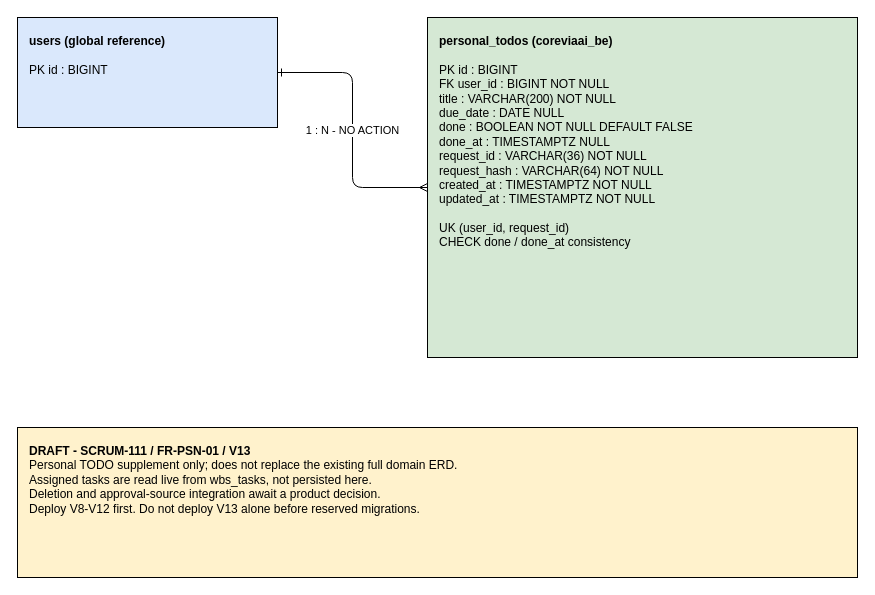
Before: docs/erd/06-personal-todos.drawio in WonikQnCKDT/CoreviaAI_BE, a draw.io diagram. Source tidied: cells renumbered, new cells numbered last; positions are measured from the earlier drawing's top-left corner, leaving out a move shared by most shapes. Both pictures are drawn from the tidied source at 100%, with x=0, y=0 at pixel (17, 17).
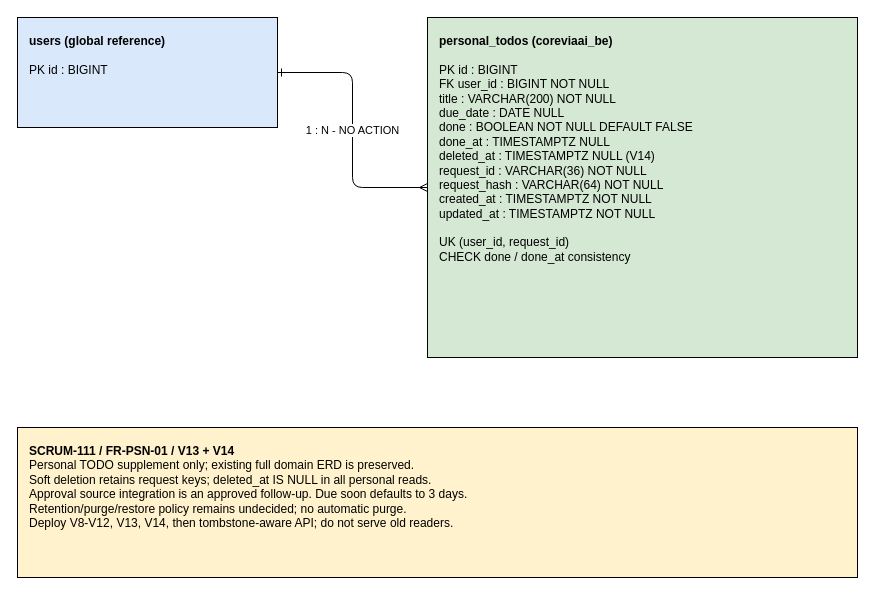
After the change.

The edit, as a diff of the source:
```diff
@@
 <mxGraphModel>
   <root>
     <mxCell id="0" />
     <mxCell id="1" parent="0" />
     <mxCell id="2" value="&lt;b&gt;users (global reference)&lt;/b&gt;&lt;br&gt;&lt;br&gt;PK id : BIGINT" style="rounded=0;whiteSpace=wrap;html=1;fillColor=#dae8fc;align=left;verticalAlign=top;spacing=12;" parent="1" vertex="1">
       <mxGeometry width="260" height="110" as="geometry" />
     </mxCell>
-    <mxCell id="3" value="&lt;b&gt;personal_todos (coreviaai_be)&lt;/b&gt;&lt;br&gt;&lt;br&gt;PK id : BIGINT&lt;br&gt;FK user_id : BIGINT NOT NULL&lt;br&gt;title : VARCHAR(200) NOT NULL&lt;br&gt;due_date : DATE NULL&lt;br&gt;done : BOOLEAN NOT NULL DEFAULT FALSE&lt;br&gt;done_at : TIMESTAMPTZ NULL&lt;br&gt;request_id : VARCHAR(36) NOT NULL&lt;br&gt;request_hash : VARCHAR(64) NOT NULL&lt;br&gt;created_at : TIMESTAMPTZ NOT NULL&lt;br&gt;updated_at : TIMESTAMPTZ NOT NULL&lt;br&gt;&lt;br&gt;UK (user_id, request_id)&lt;br&gt;CHECK done / done_at consistency" style="rounded=0;whiteSpace=wrap;html=1;fillColor=#d5e8d4;align=left;verticalAlign=top;spacing=12;" parent="1" vertex="1">
+    <mxCell id="3" value="&lt;b&gt;personal_todos (coreviaai_be)&lt;/b&gt;&lt;br&gt;&lt;br&gt;PK id : BIGINT&lt;br&gt;FK user_id : BIGINT NOT NULL&lt;br&gt;title : VARCHAR(200) NOT NULL&lt;br&gt;due_date : DATE NULL&lt;br&gt;done : BOOLEAN NOT NULL DEFAULT FALSE&lt;br&gt;done_at : TIMESTAMPTZ NULL&lt;br&gt;deleted_at : TIMESTAMPTZ NULL (V14)&lt;br&gt;request_id : VARCHAR(36) NOT NULL&lt;br&gt;request_hash : VARCHAR(64) NOT NULL&lt;br&gt;created_at : TIMESTAMPTZ NOT NULL&lt;br&gt;updated_at : TIMESTAMPTZ NOT NULL&lt;br&gt;&lt;br&gt;UK (user_id, request_id)&lt;br&gt;CHECK done / done_at consistency" style="rounded=0;whiteSpace=wrap;html=1;fillColor=#d5e8d4;align=left;verticalAlign=top;spacing=12;" parent="1" vertex="1">
       <mxGeometry x="410" width="430" height="340" as="geometry" />
     </mxCell>
     <mxCell id="4" value="1 : N - NO ACTION" style="edgeStyle=orthogonalEdgeStyle;html=1;startArrow=ERone;endArrow=ERmany;" parent="1" edge="1" source="2" target="3">
       <mxGeometry relative="1" as="geometry" />
     </mxCell>
-    <mxCell id="5" value="&lt;b&gt;DRAFT - SCRUM-111 / FR-PSN-01 / V13&lt;/b&gt;&lt;br&gt;Personal TODO supplement only; does not replace the existing full domain ERD.&lt;br&gt;Assigned tasks are read live from wbs_tasks, not persisted here.&lt;br&gt;Deletion and approval-source integration await a product decision.&lt;br&gt;Deploy V8-V12 first. Do not deploy V13 alone before reserved migrations." style="rounded=0;whiteSpace=wrap;html=1;fillColor=#fff2cc;align=left;verticalAlign=top;spacing=12;" parent="1" vertex="1">
+    <mxCell id="5" value="&lt;b&gt;SCRUM-111 / FR-PSN-01 / V13 + V14&lt;/b&gt;&lt;br&gt;Personal TODO supplement only; existing full domain ERD is preserved.&lt;br&gt;Soft deletion retains request keys; deleted_at IS NULL in all personal reads.&lt;br&gt;Approval source integration is an approved follow-up. Due soon defaults to 3 days.&lt;br&gt;Retention/purge/restore policy remains undecided; no automatic purge.&lt;br&gt;Deploy V8-V12, V13, V14, then tombstone-aware API; do not serve old readers." style="rounded=0;whiteSpace=wrap;html=1;fillColor=#fff2cc;align=left;verticalAlign=top;spacing=12;" parent="1" vertex="1">
       <mxGeometry y="410" width="840" height="150" as="geometry" />
     </mxCell>
   </root>
 </mxGraphModel>
```
